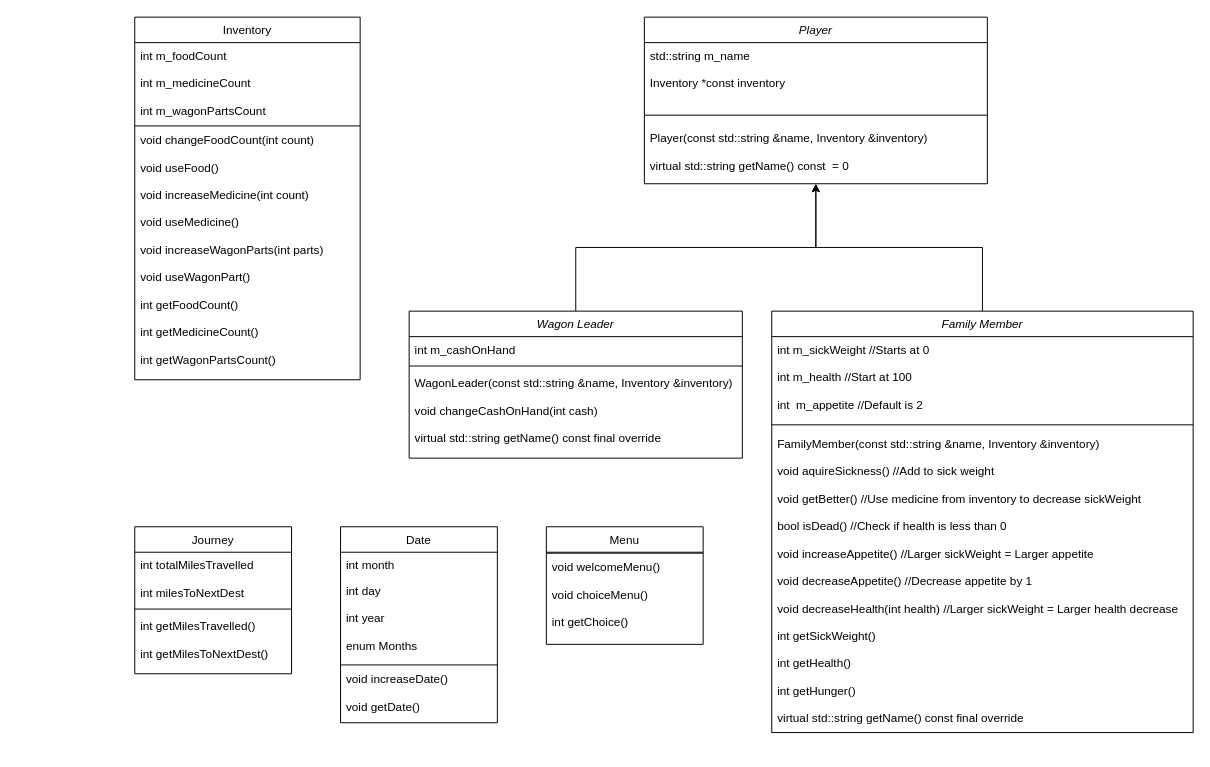
This is GameDesign.drawio from jro0100/Safe-Travels, a draw.io file, before an edit. Source tidied: cells renumbered, new cells numbered last; positions are measured from the earlier drawing's top-left corner, leaving out a move shared by most shapes. Both pictures are drawn from the tidied source at 98%, with x=0, y=0 at pixel (134, 17).
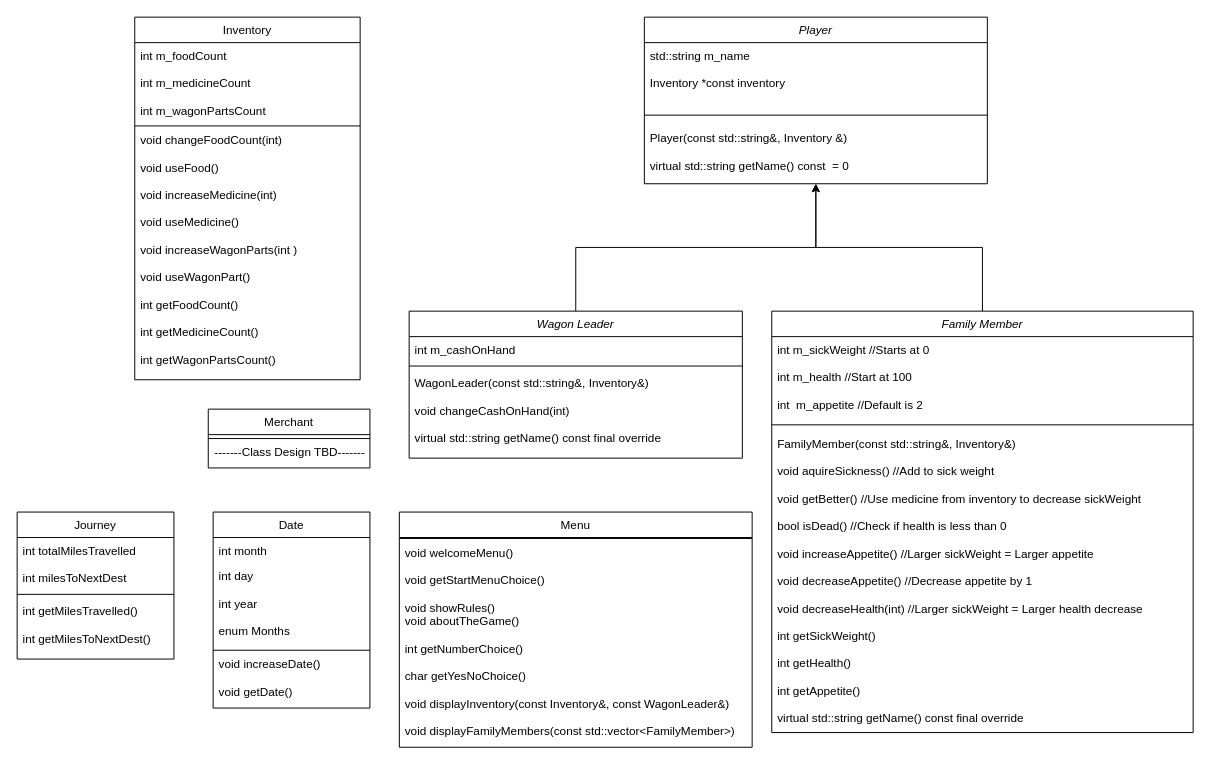
The same diagram, later.

The change refers to these unchanged cells:
```xml
<mxCell id="2" value="Player" style="swimlane;fontStyle=2;align=center;verticalAlign=top;horizontal=1;startSize=26;rounded=0;shadow=0;strokeWidth=1;" parent="1" vertex="1">
  <mxGeometry x="520" width="350" height="170" as="geometry" />
</mxCell>
<mxCell id="6" value="Inventory" style="swimlane;fontStyle=0;align=center;verticalAlign=top;horizontal=1;startSize=26;rounded=0;shadow=0;strokeWidth=1;" parent="1" vertex="1">
  <mxGeometry width="230" height="370" as="geometry" />
</mxCell>
<mxCell id="16" value="Wagon Leader" style="swimlane;fontStyle=2;align=center;verticalAlign=top;horizontal=1;startSize=26;rounded=0;shadow=0;strokeWidth=1;" parent="1" vertex="1">
  <mxGeometry x="280" y="300" width="340" height="150" as="geometry" />
</mxCell>
<mxCell id="21" value="Family Member" style="swimlane;fontStyle=2;align=center;verticalAlign=top;horizontal=1;startSize=26;rounded=0;shadow=0;strokeWidth=1;" parent="1" vertex="1">
  <mxGeometry x="650" y="300" width="430" height="430" as="geometry" />
</mxCell>
```

Diff of the diagram source:
```diff
@@
-    <mxCell id="5" value="Player(const std::string &amp;name, Inventory &amp;inventory)&#10;&#10;virtual std::string getName() const  = 0" style="text;align=left;verticalAlign=top;spacingLeft=4;spacingRight=4;overflow=hidden;" parent="2" vertex="1">
+    <mxCell id="5" value="Player(const std::string&amp;, Inventory &amp;)&#10;&#10;virtual std::string getName() const  = 0" style="text;align=left;verticalAlign=top;spacingLeft=4;spacingRight=4;overflow=hidden;" parent="2" vertex="1">
       <mxGeometry y="110" width="350" height="60" as="geometry" />
     </mxCell>
@@
-    <mxCell id="10" value="void changeFoodCount(int count)&#10;&#10;void useFood()&#10;&#10;void increaseMedicine(int count)&#10;&#10;void useMedicine()&#10;&#10;void increaseWagonParts(int parts)&#10;&#10;void useWagonPart()&#10;&#10;int getFoodCount()&#10;&#10;int getMedicineCount()&#10;&#10;int getWagonPartsCount()&#10;" style="text;align=left;verticalAlign=top;spacingLeft=4;spacingRight=4;overflow=hidden;fontStyle=0;" parent="6" vertex="1">
+    <mxCell id="10" value="void changeFoodCount(int)&#10;&#10;void useFood()&#10;&#10;void increaseMedicine(int)&#10;&#10;void useMedicine()&#10;&#10;void increaseWagonParts(int )&#10;&#10;void useWagonPart()&#10;&#10;int getFoodCount()&#10;&#10;int getMedicineCount()&#10;&#10;int getWagonPartsCount()&#10;" style="text;align=left;verticalAlign=top;spacingLeft=4;spacingRight=4;overflow=hidden;fontStyle=0;" parent="6" vertex="1">
       <mxGeometry y="112" width="230" height="258" as="geometry" />
     </mxCell>
     <mxCell id="11" value="Journey" style="swimlane;fontStyle=0;align=center;verticalAlign=top;horizontal=1;startSize=26;rounded=0;shadow=0;strokeWidth=1;" parent="1" vertex="1">
-      <mxGeometry y="520" width="160" height="150" as="geometry" />
+      <mxGeometry x="-120" y="505" width="160" height="150" as="geometry" />
     </mxCell>
@@
-    <mxCell id="19" value="WagonLeader(const std::string &amp;name, Inventory &amp;inventory)&#10;&#10;void changeCashOnHand(int cash)&#10;&#10;virtual std::string getName() const final override&#10;" style="text;align=left;verticalAlign=top;spacingLeft=4;spacingRight=4;overflow=hidden;rounded=0;shadow=0;html=0;" parent="16" vertex="1">
+    <mxCell id="19" value="WagonLeader(const std::string&amp;, Inventory&amp;)&#10;&#10;void changeCashOnHand(int)&#10;&#10;virtual std::string getName() const final override&#10;" style="text;align=left;verticalAlign=top;spacingLeft=4;spacingRight=4;overflow=hidden;rounded=0;shadow=0;html=0;" parent="16" vertex="1">
       <mxGeometry y="60" width="340" height="90" as="geometry" />
     </mxCell>
@@
-    <mxCell id="24" value="FamilyMember(const std::string &amp;name, Inventory &amp;inventory)&#10;&#10;void aquireSickness() //Add to sick weight&#10;&#10;void getBetter() //Use medicine from inventory to decrease sickWeight&#10;&#10;bool isDead() //Check if health is less than 0&#10;&#10;void increaseAppetite() //Larger sickWeight = Larger appetite&#10;&#10;void decreaseAppetite() //Decrease appetite by 1&#10;&#10;void decreaseHealth(int health) //Larger sickWeight = Larger health decrease&#10;&#10;int getSickWeight()&#10;&#10;int getHealth()&#10;&#10;int getHunger()&#10;&#10;virtual std::string getName() const final override&#10;" style="text;align=left;verticalAlign=top;spacingLeft=4;spacingRight=4;overflow=hidden;" parent="21" vertex="1">
+    <mxCell id="24" value="FamilyMember(const std::string&amp;, Inventory&amp;)&#10;&#10;void aquireSickness() //Add to sick weight&#10;&#10;void getBetter() //Use medicine from inventory to decrease sickWeight&#10;&#10;bool isDead() //Check if health is less than 0&#10;&#10;void increaseAppetite() //Larger sickWeight = Larger appetite&#10;&#10;void decreaseAppetite() //Decrease appetite by 1&#10;&#10;void decreaseHealth(int) //Larger sickWeight = Larger health decrease&#10;&#10;int getSickWeight()&#10;&#10;int getHealth()&#10;&#10;int getAppetite()&#10;&#10;virtual std::string getName() const final override&#10;" style="text;align=left;verticalAlign=top;spacingLeft=4;spacingRight=4;overflow=hidden;" parent="21" vertex="1">
       <mxGeometry y="122" width="430" height="308" as="geometry" />
     </mxCell>
     <mxCell id="25" value="Date" style="swimlane;fontStyle=0;align=center;verticalAlign=top;horizontal=1;startSize=26;rounded=0;shadow=0;strokeWidth=1;" parent="1" vertex="1">
-      <mxGeometry x="210" y="520" width="160" height="200" as="geometry" />
+      <mxGeometry x="80" y="505" width="160" height="200" as="geometry" />
     </mxCell>
@@
     <mxCell id="31" value="Menu" style="swimlane;fontStyle=0;align=center;verticalAlign=top;horizontal=1;startSize=26;rounded=0;shadow=0;strokeWidth=1;" parent="1" vertex="1">
-      <mxGeometry x="420" y="520" width="160" height="120" as="geometry" />
+      <mxGeometry x="270" y="505" width="360" height="240" as="geometry" />
     </mxCell>
     <mxCell id="32" style="line;html=1;strokeWidth=1;align=left;verticalAlign=middle;spacingTop=-1;spacingLeft=3;spacingRight=3;labelPosition=right;" parent="31" vertex="1">
-      <mxGeometry y="26" width="160" height="2" as="geometry" />
+      <mxGeometry y="26" width="360" height="2" as="geometry" />
     </mxCell>
-    <mxCell id="33" value="void welcomeMenu()&#10;&#10;void choiceMenu()&#10;&#10;int getChoice()" style="text;align=left;verticalAlign=top;spacingLeft=4;spacingRight=4;overflow=hidden;fontStyle=0;" parent="31" vertex="1">
-      <mxGeometry y="28" width="160" height="92" as="geometry" />
+    <mxCell id="33" value="void welcomeMenu()&#10;&#10;void getStartMenuChoice()&#10;&#10;void showRules()&#10;void aboutTheGame()&#10;&#10;int getNumberChoice()&#10;&#10;char getYesNoChoice()&#10;&#10;void displayInventory(const Inventory&amp;, const WagonLeader&amp;)&#10;&#10;void displayFamilyMembers(const std::vector&lt;FamilyMember&gt;)" style="text;align=left;verticalAlign=top;spacingLeft=4;spacingRight=4;overflow=hidden;fontStyle=0;" parent="31" vertex="1">
+      <mxGeometry y="28" width="360" height="212" as="geometry" />
     </mxCell>
+    <mxCell id="34" value="Merchant" style="swimlane;fontStyle=0;align=center;verticalAlign=top;horizontal=1;startSize=26;rounded=0;shadow=0;strokeWidth=1;" parent="1" vertex="1">
+      <mxGeometry x="75" y="400" width="165" height="60" as="geometry" />
+    </mxCell>
+    <mxCell id="35" style="line;html=1;strokeWidth=1;align=left;verticalAlign=middle;spacingTop=-1;spacingLeft=3;spacingRight=3;labelPosition=right;" parent="34" vertex="1">
+      <mxGeometry y="26" width="165" height="8" as="geometry" />
+    </mxCell>
+    <mxCell id="36" value="-------Class Design TBD-------" style="text;html=1;align=center;verticalAlign=middle;" parent="34" vertex="1">
+      <mxGeometry y="34" width="165" height="20" as="geometry" />
+    </mxCell>
```
